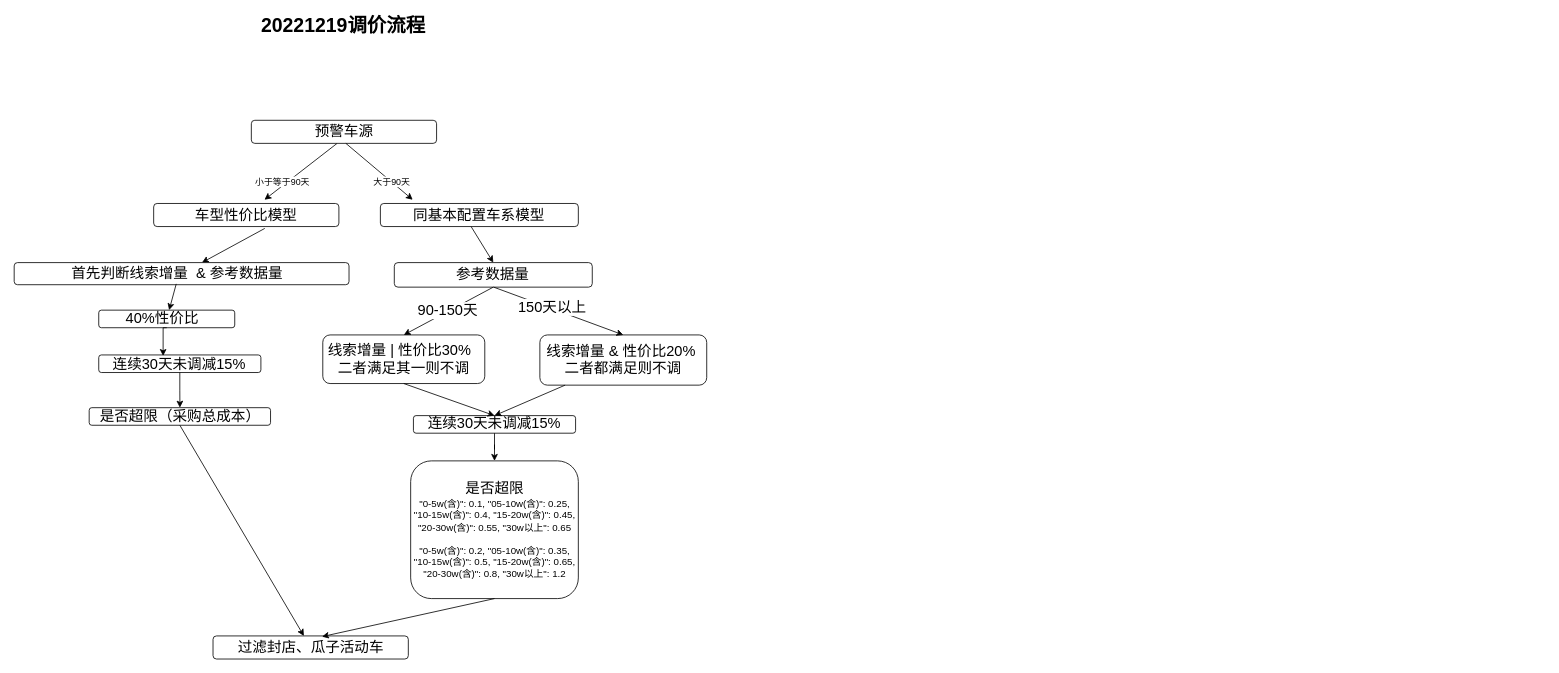
This is 20221219调价流程.drawio from mrlonely001/gittest, a draw.io file, before an edit. Source tidied: cells renumbered, new cells numbered last; positions are measured from the earlier drawing's top-left corner, leaving out a move shared by most shapes. Both pictures are drawn from the tidied source at 81%, with x=0, y=0 at pixel (14, 14).
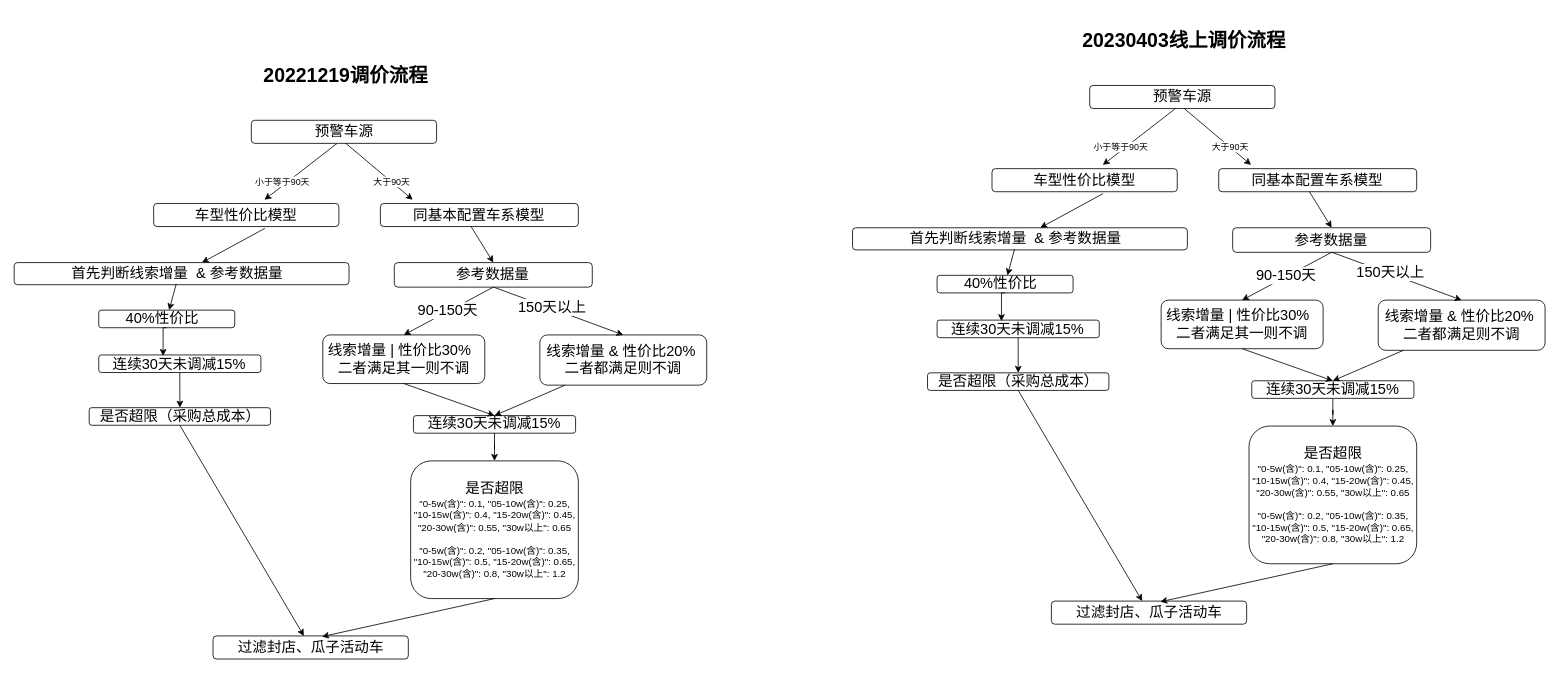
The same diagram, later.

Commit message:
更新20221219调价流程.drawio

What changed in the source:
```diff
@@
     <mxCell id="2" value="&lt;font style=&quot;font-size: 24px;&quot;&gt;&lt;b&gt;20221219调价流程&lt;/b&gt;&lt;/font&gt;" style="text;html=1;strokeColor=none;fillColor=none;align=center;verticalAlign=middle;whiteSpace=wrap;rounded=0;" parent="1" vertex="1">
-      <mxGeometry x="258" width="297" height="30" as="geometry" />
+      <mxGeometry x="261" y="61" width="297" height="30" as="geometry" />
     </mxCell>
@@
+    <mxCell id="34" value="&lt;font style=&quot;font-size: 24px;&quot;&gt;&lt;b&gt;20230403线上调价流程&lt;/b&gt;&lt;/font&gt;" style="text;html=1;strokeColor=none;fillColor=none;align=center;verticalAlign=middle;whiteSpace=wrap;rounded=0;" parent="1" vertex="1">
+      <mxGeometry x="1296" y="18" width="297" height="30" as="geometry" />
+    </mxCell>
+    <mxCell id="35" style="endArrow=classic;html=1;rounded=0;" parent="1" edge="1">
+      <mxGeometry relative="1" as="geometry">
+        <mxPoint x="1433.7" y="116.5" as="sourcePoint" />
+        <mxPoint x="1344" y="186.1" as="targetPoint" />
+      </mxGeometry>
+    </mxCell>
+    <mxCell id="36" value="小于等于90天" style="edgeLabel;html=1;align=center;verticalAlign=middle;" parent="35" vertex="1">
+      <mxGeometry x="0.44" y="-5" relative="1" as="geometry">
+        <mxPoint y="1" as="offset" />
+      </mxGeometry>
+    </mxCell>
+    <mxCell id="37" value="&lt;font style=&quot;font-size: 18px;&quot;&gt;预警车源&lt;/font&gt;" style="rounded=1;whiteSpace=wrap;html=1;" parent="1" vertex="1">
+      <mxGeometry x="1327.8" y="88" width="228.7" height="28.5" as="geometry" />
+    </mxCell>
+    <mxCell id="38" style="endArrow=classic;html=1;rounded=0;" parent="1" edge="1">
+      <mxGeometry relative="1" as="geometry">
+        <mxPoint x="1444.5" y="116.5" as="sourcePoint" />
+        <mxPoint x="1527" y="186.1" as="targetPoint" />
+      </mxGeometry>
+    </mxCell>
+    <mxCell id="39" value="大于90天" style="edgeLabel;html=1;align=center;verticalAlign=middle;" parent="38" vertex="1">
+      <mxGeometry x="0.44" y="-5" relative="1" as="geometry">
+        <mxPoint y="-7" as="offset" />
+      </mxGeometry>
+    </mxCell>
+    <mxCell id="40" value="&lt;font style=&quot;font-size: 18px;&quot;&gt;车型性价比模型&lt;/font&gt;" style="rounded=1;whiteSpace=wrap;html=1;" parent="1" vertex="1">
+      <mxGeometry x="1207.2" y="190.7" width="228.7" height="28.5" as="geometry" />
+    </mxCell>
+    <mxCell id="41" value="&lt;font style=&quot;font-size: 18px;&quot;&gt;同基本配置车系模型&lt;/font&gt;" style="rounded=1;whiteSpace=wrap;html=1;" parent="1" vertex="1">
+      <mxGeometry x="1487.1" y="190.7" width="244.4" height="28.5" as="geometry" />
+    </mxCell>
+    <mxCell id="42" style="endArrow=classic;html=1;rounded=0;" parent="1" edge="1" target="45">
+      <mxGeometry relative="1" as="geometry">
+        <mxPoint x="1344.4" y="221.5" as="sourcePoint" />
+      </mxGeometry>
+    </mxCell>
+    <mxCell id="43" style="endArrow=classic;html=1;rounded=0;entryX=0.5;entryY=0;entryDx=0;entryDy=0;" parent="1" edge="1" target="44">
+      <mxGeometry relative="1" as="geometry">
+        <mxPoint x="1599.1" y="219.2" as="sourcePoint" />
+      </mxGeometry>
+    </mxCell>
+    <mxCell id="44" value="&lt;font style=&quot;font-size: 18px;&quot;&gt;参考数据量&lt;/font&gt;" style="rounded=1;whiteSpace=wrap;html=1;" parent="1" vertex="1">
+      <mxGeometry x="1504.3" y="263.7" width="244.4" height="30.3" as="geometry" />
+    </mxCell>
+    <mxCell id="45" value="&lt;font style=&quot;font-size: 18px;&quot;&gt;首先判断线索增量&amp;nbsp; &amp;amp;&amp;nbsp;&lt;/font&gt;&lt;span style=&quot;font-size: 18px;&quot;&gt;参考数据量&amp;nbsp;&amp;nbsp;&lt;/span&gt;" style="rounded=1;whiteSpace=wrap;html=1;" parent="1" vertex="1">
+      <mxGeometry x="1035" y="263.7" width="413.4" height="27.3" as="geometry" />
+    </mxCell>
+    <mxCell id="46" value="&lt;span style=&quot;font-size: 18px;&quot;&gt;40%性价比&amp;nbsp;&amp;nbsp;&lt;/span&gt;" style="rounded=1;whiteSpace=wrap;html=1;" parent="1" vertex="1">
+      <mxGeometry x="1139.4" y="322.4" width="167.9" height="21.7" as="geometry" />
+    </mxCell>
+    <mxCell id="47" value="&lt;span style=&quot;font-size: 18px;&quot;&gt;连续30天未调减15%&lt;/span&gt;" style="rounded=1;whiteSpace=wrap;html=1;" parent="1" vertex="1">
+      <mxGeometry x="1139.4" y="377.7" width="200.2" height="21.7" as="geometry" />
+    </mxCell>
+    <mxCell id="48" value="&lt;span style=&quot;font-size: 18px;&quot;&gt;连续30天未调减15%&lt;/span&gt;" style="rounded=1;whiteSpace=wrap;html=1;" parent="1" vertex="1">
+      <mxGeometry x="1527.9" y="452.6" width="200.2" height="21.7" as="geometry" />
+    </mxCell>
+    <mxCell id="49" value="&lt;span style=&quot;font-size: 18px;&quot;&gt;是否超限（采购总成本）&lt;/span&gt;" style="rounded=1;whiteSpace=wrap;html=1;" parent="1" vertex="1">
+      <mxGeometry x="1127.6" y="442.8" width="223.9" height="21.7" as="geometry" />
+    </mxCell>
+    <mxCell id="50" style="edgeStyle=orthogonalEdgeStyle;rounded=0;jettySize=auto;html=1;fontSize=18;" parent="1" edge="1" source="47" target="49">
+      <mxGeometry relative="1" as="geometry" />
+    </mxCell>
+    <mxCell id="51" value="&lt;span style=&quot;font-size: 18px;&quot;&gt;是否超限&lt;/span&gt;&lt;br&gt;&lt;font style=&quot;font-size: 12px;&quot;&gt;&quot;0-5w(含)&quot;: 0.1, &quot;05-10w(含)&quot;: 0.25, &quot;10-15w(含)&quot;: 0.4, &quot;15-20w(含)&quot;: 0.45, &quot;20-30w(含)&quot;: 0.55, &quot;30w以上&quot;: 0.65&lt;/font&gt;&lt;br&gt;&lt;br&gt;&quot;0-5w(含)&quot;: 0.2, &quot;05-10w(含)&quot;: 0.35, &quot;10-15w(含)&quot;: 0.5, &quot;15-20w(含)&quot;: 0.65, &quot;20-30w(含)&quot;: 0.8, &quot;30w以上&quot;: 1.2" style="rounded=1;whiteSpace=wrap;html=1;" parent="1" vertex="1">
+      <mxGeometry x="1524.5" y="508.5" width="207" height="170" as="geometry" />
+    </mxCell>
+    <mxCell id="52" style="edgeStyle=orthogonalEdgeStyle;rounded=0;jettySize=auto;html=1;fontSize=18;" parent="1" edge="1" source="48" target="51">
+      <mxGeometry relative="1" as="geometry" />
+    </mxCell>
+    <mxCell id="53" value="&lt;span style=&quot;font-size: 18px;&quot;&gt;过滤封店、瓜子活动车&lt;/span&gt;" style="rounded=1;whiteSpace=wrap;html=1;" parent="1" vertex="1">
+      <mxGeometry x="1280.5" y="724.6" width="241.1" height="28.5" as="geometry" />
+    </mxCell>
+    <mxCell id="54" style="endArrow=classic;html=1;rounded=0;exitX=0.5;exitY=1;exitDx=0;exitDy=0;" parent="1" edge="1" source="49" target="53">
+      <mxGeometry relative="1" as="geometry" />
+    </mxCell>
+    <mxCell id="55" style="endArrow=classic;html=1;rounded=0;entryX=0.558;entryY=0.03;entryDx=0;entryDy=0;entryPerimeter=0;exitX=0.5;exitY=1;exitDx=0;exitDy=0;" parent="1" edge="1" source="51" target="53">
+      <mxGeometry relative="1" as="geometry" />
+    </mxCell>
+    <mxCell id="56" value="&lt;span style=&quot;font-size: 18px;&quot;&gt;线索增量 | 性价比30%&amp;nbsp;&amp;nbsp;&lt;br&gt;二者满足其一则不调&lt;br&gt;&lt;/span&gt;" style="whiteSpace=wrap;html=1;rounded=1;" parent="1" vertex="1">
+      <mxGeometry x="1416" y="353" width="200" height="60" as="geometry" />
+    </mxCell>
+    <mxCell id="57" value="&lt;font style=&quot;font-size: 18px;&quot;&gt;线索增量 &amp;amp; 性价比20%&amp;nbsp;&lt;br&gt;二者都满足则不调&lt;br&gt;&lt;/font&gt;" style="whiteSpace=wrap;html=1;rounded=1;" parent="1" vertex="1">
+      <mxGeometry x="1684" y="353" width="206" height="62" as="geometry" />
+    </mxCell>
+    <mxCell id="58" style="endArrow=classic;html=1;rounded=0;exitX=0.5;exitY=1;exitDx=0;exitDy=0;entryX=0.5;entryY=0;entryDx=0;entryDy=0;" parent="1" edge="1" source="44" target="56">
+      <mxGeometry relative="1" as="geometry" />
+    </mxCell>
+    <mxCell id="59" value="90-150天" style="edgeLabel;html=1;align=center;verticalAlign=middle;fontSize=18;" parent="58" vertex="1">
+      <mxGeometry x="0.34" y="-2" relative="1" as="geometry">
+        <mxPoint x="18" y="-9" as="offset" />
+      </mxGeometry>
+    </mxCell>
+    <mxCell id="60" style="endArrow=classic;html=1;rounded=0;entryX=0.5;entryY=0;entryDx=0;entryDy=0;" parent="1" edge="1" target="57">
+      <mxGeometry relative="1" as="geometry">
+        <mxPoint x="1627" y="294" as="sourcePoint" />
+      </mxGeometry>
+    </mxCell>
+    <mxCell id="61" value="150天以上" style="edgeLabel;html=1;align=center;verticalAlign=middle;fontSize=18;" parent="60" vertex="1">
+      <mxGeometry x="-0.23" y="2" relative="1" as="geometry">
+        <mxPoint x="9" y="4" as="offset" />
+      </mxGeometry>
+    </mxCell>
+    <mxCell id="62" style="endArrow=classic;html=1;rounded=0;exitX=0.5;exitY=1;exitDx=0;exitDy=0;entryX=0.5;entryY=0;entryDx=0;entryDy=0;" parent="1" edge="1" source="56" target="48">
+      <mxGeometry relative="1" as="geometry" />
+    </mxCell>
+    <mxCell id="63" style="endArrow=classic;html=1;rounded=0;entryX=0.5;entryY=0;entryDx=0;entryDy=0;" parent="1" edge="1" source="57" target="48">
+      <mxGeometry relative="1" as="geometry" />
+    </mxCell>
+    <mxCell id="64" style="edgeStyle=orthogonalEdgeStyle;rounded=0;jettySize=auto;html=1;fontSize=18;exitX=0.5;exitY=1;exitDx=0;exitDy=0;entryX=0.397;entryY=0.058;entryDx=0;entryDy=0;entryPerimeter=0;" parent="1" edge="1" source="46" target="47">
+      <mxGeometry relative="1" as="geometry" />
+    </mxCell>
+    <mxCell id="65" style="endArrow=classic;html=1;rounded=0;fontSize=18;exitX=0.484;exitY=0.963;exitDx=0;exitDy=0;exitPerimeter=0;" parent="1" edge="1" source="45" target="46">
+      <mxGeometry relative="1" as="geometry" />
+    </mxCell>
```
